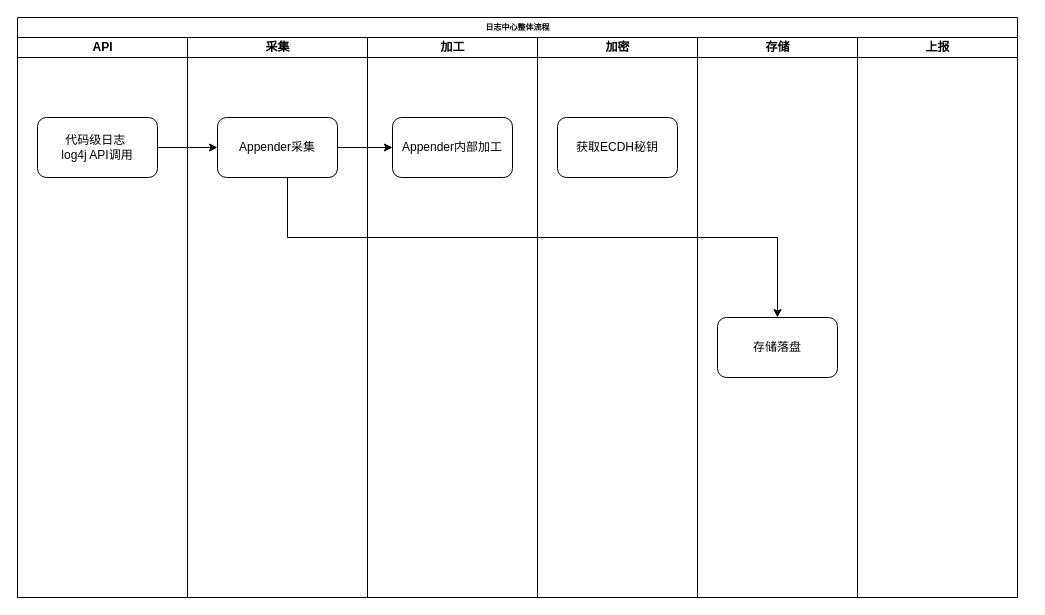
This is 日志中心整体架构.drawio from luyiwei111/new_project, a draw.io file, before an edit. Source tidied: cells renumbered, new cells numbered last; positions are measured from the earlier drawing's top-left corner, leaving out a move shared by most shapes. Both pictures are drawn from the tidied source at 100%, with x=0, y=0 at pixel (17, 17).
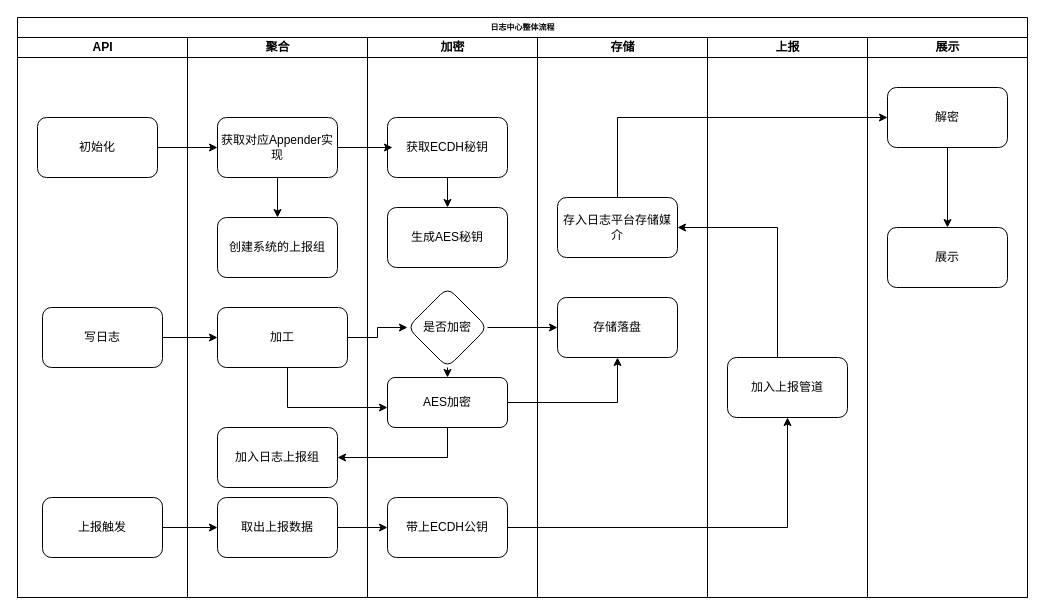
After the change.

Commit message (it also covers changes not shown here):
更新日志中心整体架构.drawio

The change refers to these unchanged cells:
```xml
<mxCell id="3" value="API" style="swimlane;html=1;startSize=20;" parent="2" vertex="1">
  <mxGeometry y="20" width="170" height="560" as="geometry" />
</mxCell>
<mxCell id="10" value="获取ECDH秘钥" style="rounded=1;whiteSpace=wrap;html=1;" parent="9" vertex="1">
  <mxGeometry x="20" y="80" width="120" height="60" as="geometry" />
</mxCell>
```

What changed in the source:
```diff
@@
     <mxCell id="2" value="日志中心整体流程" style="swimlane;html=1;startSize=20;rounded=0;shadow=0;labelBackgroundColor=none;strokeWidth=1;fontFamily=Verdana;fontSize=8;align=center;" parent="1" vertex="1">
-      <mxGeometry width="1000" height="580" as="geometry" />
+      <mxGeometry width="1010" height="580" as="geometry" />
     </mxCell>
@@
-    <mxCell id="4" value="代码级日志&amp;nbsp;&lt;br&gt;log4j API调用" style="rounded=1;whiteSpace=wrap;html=1;" parent="3" vertex="1">
+    <mxCell id="4" value="初始化" style="rounded=1;whiteSpace=wrap;html=1;" parent="3" vertex="1">
       <mxGeometry x="20" y="80" width="120" height="60" as="geometry" />
     </mxCell>
+    <mxCell id="17" value="写日志" style="rounded=1;whiteSpace=wrap;html=1;" parent="3" vertex="1">
+      <mxGeometry x="25" y="270" width="120" height="60" as="geometry" />
+    </mxCell>
+    <mxCell id="18" value="上报触发" style="rounded=1;whiteSpace=wrap;html=1;" parent="3" vertex="1">
+      <mxGeometry x="25" y="460" width="120" height="60" as="geometry" />
+    </mxCell>
-    <mxCell id="5" value="采集" style="swimlane;html=1;startSize=20;" parent="2" vertex="1">
+    <mxCell id="5" value="聚合" style="swimlane;html=1;startSize=20;" parent="2" vertex="1">
       <mxGeometry x="170" y="20" width="180" height="560" as="geometry" />
     </mxCell>
+    <mxCell id="19" style="edgeStyle=orthogonalEdgeStyle;rounded=0;jettySize=auto;html=1;exitX=0.5;exitY=1;exitDx=0;exitDy=0;entryX=0.5;entryY=0;entryDx=0;entryDy=0;" parent="5" edge="1" source="6" target="22">
+      <mxGeometry relative="1" as="geometry" />
+    </mxCell>
-    <mxCell id="6" value="Appender采集" style="rounded=1;whiteSpace=wrap;html=1;" parent="5" vertex="1">
+    <mxCell id="6" value="获取对应Appender实现" style="rounded=1;whiteSpace=wrap;html=1;" parent="5" vertex="1">
       <mxGeometry x="30" y="80" width="120" height="60" as="geometry" />
     </mxCell>
-    <mxCell id="7" value="加工" style="swimlane;html=1;startSize=20;" parent="2" vertex="1">
-      <mxGeometry x="350" y="20" width="170" height="560" as="geometry" />
+    <mxCell id="7" value="加工" style="whiteSpace=wrap;html=1;rounded=1;" parent="5" vertex="1">
+      <mxGeometry x="30" y="270" width="130" height="60" as="geometry" />
     </mxCell>
-    <mxCell id="8" value="Appender内部加工" style="rounded=1;whiteSpace=wrap;html=1;" parent="7" vertex="1">
-      <mxGeometry x="25" y="80" width="120" height="60" as="geometry" />
-    </mxCell>
+    <mxCell id="20" value="取出上报数据" style="whiteSpace=wrap;html=1;rounded=1;" parent="5" vertex="1">
+      <mxGeometry x="30" y="460" width="120" height="60" as="geometry" />
+    </mxCell>
+    <mxCell id="21" value="加入日志上报组" style="whiteSpace=wrap;html=1;rounded=1;" parent="5" vertex="1">
+      <mxGeometry x="30" y="390" width="120" height="60" as="geometry" />
+    </mxCell>
+    <mxCell id="22" value="创建系统的上报组" style="whiteSpace=wrap;html=1;rounded=1;" parent="5" vertex="1">
+      <mxGeometry x="30" y="180" width="120" height="60" as="geometry" />
+    </mxCell>
     <mxCell id="9" value="加密" style="swimlane;html=1;startSize=20;" parent="2" vertex="1">
-      <mxGeometry x="520" y="20" width="160" height="560" as="geometry" />
+      <mxGeometry x="350" y="20" width="170" height="560" as="geometry" />
     </mxCell>
+    <mxCell id="23" style="edgeStyle=orthogonalEdgeStyle;rounded=0;jettySize=auto;html=1;" parent="9" edge="1" source="10" target="24">
+      <mxGeometry relative="1" as="geometry" />
+    </mxCell>
@@
+    <mxCell id="24" value="生成AES秘钥" style="whiteSpace=wrap;html=1;rounded=1;" parent="9" vertex="1">
+      <mxGeometry x="20" y="170" width="120" height="60" as="geometry" />
+    </mxCell>
+    <mxCell id="25" value="AES加密" style="whiteSpace=wrap;html=1;rounded=1;" parent="9" vertex="1">
+      <mxGeometry x="20" y="340" width="120" height="50" as="geometry" />
+    </mxCell>
+    <mxCell id="26" style="edgeStyle=orthogonalEdgeStyle;rounded=0;jettySize=auto;html=1;exitX=0.5;exitY=1;exitDx=0;exitDy=0;entryX=0.5;entryY=0;entryDx=0;entryDy=0;" parent="9" edge="1" source="27" target="25">
+      <mxGeometry relative="1" as="geometry" />
+    </mxCell>
+    <mxCell id="27" value="是否加密" style="rhombus;whiteSpace=wrap;html=1;rounded=1;" parent="9" vertex="1">
+      <mxGeometry x="40" y="250" width="80" height="80" as="geometry" />
+    </mxCell>
+    <mxCell id="28" value="带上ECDH公钥" style="whiteSpace=wrap;html=1;rounded=1;" parent="9" vertex="1">
+      <mxGeometry x="20" y="460" width="120" height="60" as="geometry" />
+    </mxCell>
     <mxCell id="11" value="存储" style="swimlane;html=1;startSize=20;" parent="2" vertex="1">
-      <mxGeometry x="680" y="20" width="160" height="560" as="geometry" />
+      <mxGeometry x="520" y="20" width="170" height="560" as="geometry" />
     </mxCell>
     <mxCell id="12" value="存储落盘" style="rounded=1;whiteSpace=wrap;html=1;" parent="11" vertex="1">
-      <mxGeometry x="20" y="280" width="120" height="60" as="geometry" />
+      <mxGeometry x="20" y="260" width="120" height="60" as="geometry" />
     </mxCell>
+    <mxCell id="29" value="存入日志平台存储媒介" style="whiteSpace=wrap;html=1;rounded=1;" parent="11" vertex="1">
+      <mxGeometry x="20" y="160" width="120" height="60" as="geometry" />
+    </mxCell>
     <mxCell id="13" value="上报" style="swimlane;html=1;startSize=20;" parent="2" vertex="1">
-      <mxGeometry x="840" y="20" width="160" height="560" as="geometry" />
+      <mxGeometry x="690" y="20" width="160" height="560" as="geometry" />
     </mxCell>
+    <mxCell id="30" value="加入上报管道" style="whiteSpace=wrap;html=1;rounded=1;" parent="13" vertex="1">
+      <mxGeometry x="20" y="320" width="120" height="60" as="geometry" />
+    </mxCell>
@@
-    <mxCell id="15" style="edgeStyle=orthogonalEdgeStyle;rounded=0;jettySize=auto;html=1;" parent="2" edge="1" source="6" target="8">
-      <mxGeometry relative="1" as="geometry" />
-    </mxCell>
-    <mxCell id="16" style="edgeStyle=orthogonalEdgeStyle;rounded=0;jettySize=auto;html=1;entryX=0.5;entryY=0;entryDx=0;entryDy=0;" parent="2" edge="1" source="6" target="12">
-      <mxGeometry relative="1" as="geometry">
-        <Array as="points">
-          <mxPoint x="270" y="220" />
-          <mxPoint x="760" y="220" />
-        </Array>
-      </mxGeometry>
-    </mxCell>
+    <mxCell id="31" style="edgeStyle=orthogonalEdgeStyle;rounded=0;jettySize=auto;html=1;" parent="2" edge="1" source="6">
+      <mxGeometry relative="1" as="geometry">
+        <mxPoint x="375" y="130" as="targetPoint" />
+      </mxGeometry>
+    </mxCell>
+    <mxCell id="32" style="edgeStyle=orthogonalEdgeStyle;rounded=0;jettySize=auto;html=1;" parent="2" edge="1" source="17" target="7">
+      <mxGeometry relative="1" as="geometry" />
+    </mxCell>
+    <mxCell id="33" style="edgeStyle=orthogonalEdgeStyle;rounded=0;jettySize=auto;html=1;" parent="2" edge="1" source="7" target="25">
+      <mxGeometry relative="1" as="geometry">
+        <Array as="points">
+          <mxPoint x="270" y="390" />
+        </Array>
+      </mxGeometry>
+    </mxCell>
+    <mxCell id="34" style="edgeStyle=orthogonalEdgeStyle;rounded=0;jettySize=auto;html=1;" parent="2" edge="1" source="18" target="20">
+      <mxGeometry relative="1" as="geometry" />
+    </mxCell>
+    <mxCell id="35" style="edgeStyle=orthogonalEdgeStyle;rounded=0;jettySize=auto;html=1;" parent="2" edge="1" source="25" target="21">
+      <mxGeometry relative="1" as="geometry">
+        <Array as="points">
+          <mxPoint x="430" y="440" />
+        </Array>
+      </mxGeometry>
+    </mxCell>
+    <mxCell id="36" style="edgeStyle=orthogonalEdgeStyle;rounded=0;jettySize=auto;html=1;" parent="2" edge="1" source="7" target="27">
+      <mxGeometry relative="1" as="geometry" />
+    </mxCell>
+    <mxCell id="37" style="edgeStyle=orthogonalEdgeStyle;rounded=0;jettySize=auto;html=1;" parent="2" edge="1" source="27" target="12">
+      <mxGeometry relative="1" as="geometry" />
+    </mxCell>
+    <mxCell id="38" style="edgeStyle=orthogonalEdgeStyle;rounded=0;jettySize=auto;html=1;entryX=0.5;entryY=1;entryDx=0;entryDy=0;" parent="2" edge="1" source="25" target="12">
+      <mxGeometry relative="1" as="geometry" />
+    </mxCell>
+    <mxCell id="39" style="edgeStyle=orthogonalEdgeStyle;rounded=0;jettySize=auto;html=1;" parent="2" edge="1" source="20" target="28">
+      <mxGeometry relative="1" as="geometry" />
+    </mxCell>
+    <mxCell id="40" style="edgeStyle=orthogonalEdgeStyle;rounded=0;jettySize=auto;html=1;" parent="2" edge="1" source="28" target="30">
+      <mxGeometry relative="1" as="geometry" />
+    </mxCell>
+    <mxCell id="41" value="展示" style="swimlane;html=1;startSize=20;" parent="2" vertex="1">
+      <mxGeometry x="850" y="20" width="160" height="560" as="geometry" />
+    </mxCell>
+    <mxCell id="42" style="edgeStyle=orthogonalEdgeStyle;rounded=0;jettySize=auto;html=1;" parent="41" edge="1" source="43" target="44">
+      <mxGeometry relative="1" as="geometry" />
+    </mxCell>
+    <mxCell id="43" value="解密" style="whiteSpace=wrap;html=1;rounded=1;" parent="41" vertex="1">
+      <mxGeometry x="20" y="50" width="120" height="60" as="geometry" />
+    </mxCell>
+    <mxCell id="44" value="展示" style="whiteSpace=wrap;html=1;rounded=1;" parent="41" vertex="1">
+      <mxGeometry x="20" y="190" width="120" height="60" as="geometry" />
+    </mxCell>
+    <mxCell id="45" style="edgeStyle=orthogonalEdgeStyle;rounded=0;jettySize=auto;html=1;entryX=1;entryY=0.5;entryDx=0;entryDy=0;" parent="2" edge="1" source="30" target="29">
+      <mxGeometry relative="1" as="geometry">
+        <Array as="points">
+          <mxPoint x="760" y="210" />
+        </Array>
+      </mxGeometry>
+    </mxCell>
+    <mxCell id="46" style="edgeStyle=orthogonalEdgeStyle;rounded=0;jettySize=auto;html=1;entryX=0;entryY=0.5;entryDx=0;entryDy=0;" parent="2" edge="1" source="29" target="43">
+      <mxGeometry relative="1" as="geometry">
+        <Array as="points">
+          <mxPoint x="600" y="100" />
+        </Array>
+      </mxGeometry>
+    </mxCell>
```
